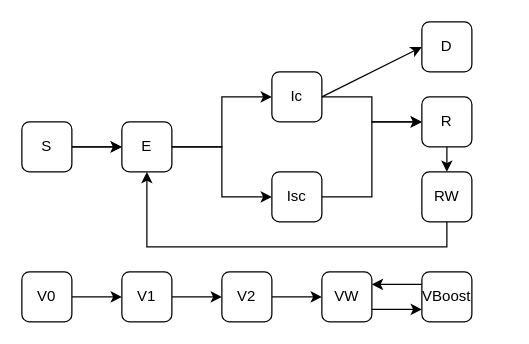
Before: BICS_ABM.drawio in eroubenoff/BICS_ABM, a draw.io diagram. Source tidied: cells renumbered, new cells numbered last; positions are measured from the earlier drawing's top-left corner, leaving out a move shared by most shapes. Both pictures are drawn from the tidied source at 125%, with x=0, y=0 at pixel (21, 21).
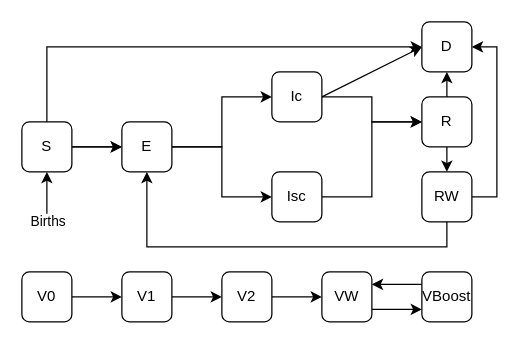
The same diagram, later.

Unchanged cells that the change refers to:
```xml
<mxCell id="3" value="S" style="rounded=1;whiteSpace=wrap;html=1;" parent="1" vertex="1">
  <mxGeometry y="80" width="40" height="40" as="geometry" />
</mxCell>
<mxCell id="13" value="R" style="rounded=1;whiteSpace=wrap;html=1;" parent="1" vertex="1">
  <mxGeometry x="320" y="60" width="40" height="40" as="geometry" />
</mxCell>
<mxCell id="14" value="D" style="rounded=1;whiteSpace=wrap;html=1;" parent="1" vertex="1">
  <mxGeometry x="320" width="40" height="40" as="geometry" />
</mxCell>
<mxCell id="27" value="RW" style="rounded=1;whiteSpace=wrap;html=1;" parent="1" vertex="1">
  <mxGeometry x="320" y="120" width="40" height="40" as="geometry" />
</mxCell>
```

Change to the diagram source:
```diff
@@
+    <mxCell id="28" style="edgeStyle=orthogonalEdgeStyle;rounded=0;jettySize=auto;html=1;exitX=0.5;exitY=0;exitDx=0;exitDy=0;entryX=0;entryY=0.5;entryDx=0;entryDy=0;" parent="1" edge="1" source="3" target="14">
+      <mxGeometry relative="1" as="geometry" />
+    </mxCell>
@@
+    <mxCell id="29" style="edgeStyle=orthogonalEdgeStyle;rounded=0;jettySize=auto;html=1;exitX=0.5;exitY=0;exitDx=0;exitDy=0;entryX=0.5;entryY=1;entryDx=0;entryDy=0;" parent="1" edge="1" source="13" target="14">
+      <mxGeometry relative="1" as="geometry" />
+    </mxCell>
@@
+    <mxCell id="30" style="edgeStyle=orthogonalEdgeStyle;rounded=0;jettySize=auto;html=1;exitX=1;exitY=0.5;exitDx=0;exitDy=0;entryX=1;entryY=0.5;entryDx=0;entryDy=0;" parent="1" edge="1" source="27" target="14">
+      <mxGeometry relative="1" as="geometry" />
+    </mxCell>
@@
+    <mxCell id="31" style="endArrow=classic;html=1;rounded=0;entryX=0.5;entryY=1;entryDx=0;entryDy=0;" parent="1" edge="1" target="3">
+      <mxGeometry relative="1" as="geometry">
+        <mxPoint x="20" y="160" as="sourcePoint" />
+      </mxGeometry>
+    </mxCell>
+    <mxCell id="32" value="Births" style="edgeLabel;html=1;align=center;verticalAlign=middle;" parent="31" vertex="1">
+      <mxGeometry x="-0.02" relative="1" as="geometry">
+        <mxPoint y="19" as="offset" />
+      </mxGeometry>
+    </mxCell>
```
